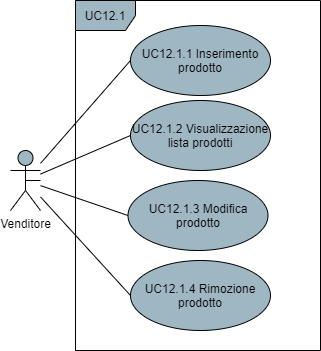
Above: DocumentazioneEsterna/AnalisiDeiRequisiti/res/UseCase/Immagini/GestioneProdotti.png in Omicron-Team/Documentazione (draw.io), before the change. Source tidied: cells renumbered, new cells last; positions are measured from the earlier drawing's top-left corner, leaving out a move shared by most shapes.
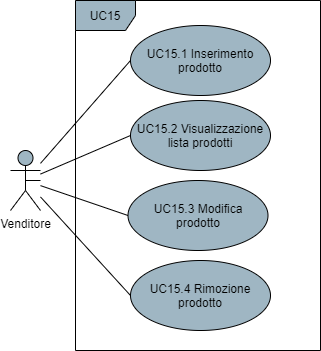
After the change.

Change to the diagram source:
```diff
@@ -17,19 +17,19 @@
     <mxCell id="6" value="Venditore" style="shape=umlActor;verticalLabelPosition=bottom;verticalAlign=top;html=1;fillColor=#9FB6C3;" parent="1" vertex="1">
       <mxGeometry y="150" width="30" height="60" as="geometry" />
     </mxCell>
-    <mxCell id="7" value="UC12.1" style="shape=umlFrame;whiteSpace=wrap;html=1;fillColor=#9FB6C3;" parent="1" vertex="1">
+    <mxCell id="7" value="UC15" style="shape=umlFrame;whiteSpace=wrap;html=1;fillColor=#9FB6C3;" parent="1" vertex="1">
       <mxGeometry x="65" width="245" height="350" as="geometry" />
     </mxCell>
-    <mxCell id="8" value="UC12.1.1 Inserimento prodotto" style="ellipse;whiteSpace=wrap;html=1;fillColor=#9FB6C3;" parent="1" vertex="1">
+    <mxCell id="8" value="UC15.1 Inserimento prodotto" style="ellipse;whiteSpace=wrap;html=1;fillColor=#9FB6C3;" parent="1" vertex="1">
       <mxGeometry x="120" y="25" width="140" height="70" as="geometry" />
     </mxCell>
-    <mxCell id="9" value="UC12.1.2 Visualizzazione lista prodotti" style="ellipse;whiteSpace=wrap;html=1;fillColor=#9FB6C3;" parent="1" vertex="1">
+    <mxCell id="9" value="UC15.2 Visualizzazione lista prodotti" style="ellipse;whiteSpace=wrap;html=1;fillColor=#9FB6C3;" parent="1" vertex="1">
       <mxGeometry x="120" y="100" width="140" height="70" as="geometry" />
     </mxCell>
-    <mxCell id="10" value="UC12.1.3 Modifica&lt;br&gt;prodotto" style="ellipse;whiteSpace=wrap;html=1;fillColor=#9FB6C3;" parent="1" vertex="1">
+    <mxCell id="10" value="UC15.3 Modifica&lt;br&gt;prodotto" style="ellipse;whiteSpace=wrap;html=1;fillColor=#9FB6C3;" parent="1" vertex="1">
       <mxGeometry x="117.5" y="180" width="140" height="70" as="geometry" />
     </mxCell>
-    <mxCell id="11" value="UC12.1.4 Rimozione prodotto" style="ellipse;whiteSpace=wrap;html=1;fillColor=#9FB6C3;" parent="1" vertex="1">
+    <mxCell id="11" value="UC15.4 Rimozione prodotto" style="ellipse;whiteSpace=wrap;html=1;fillColor=#9FB6C3;" parent="1" vertex="1">
       <mxGeometry x="120" y="260" width="140" height="70" as="geometry" />
     </mxCell>
     <mxCell id="12" style="edgeStyle=none;rounded=0;orthogonalLoop=1;jettySize=auto;html=1;exitX=0.5;exitY=0.5;exitDx=0;exitDy=0;exitPerimeter=0;startArrow=none;startFill=0;endArrow=none;endFill=0;" parent="1" edge="1" source="6" target="6">
```
